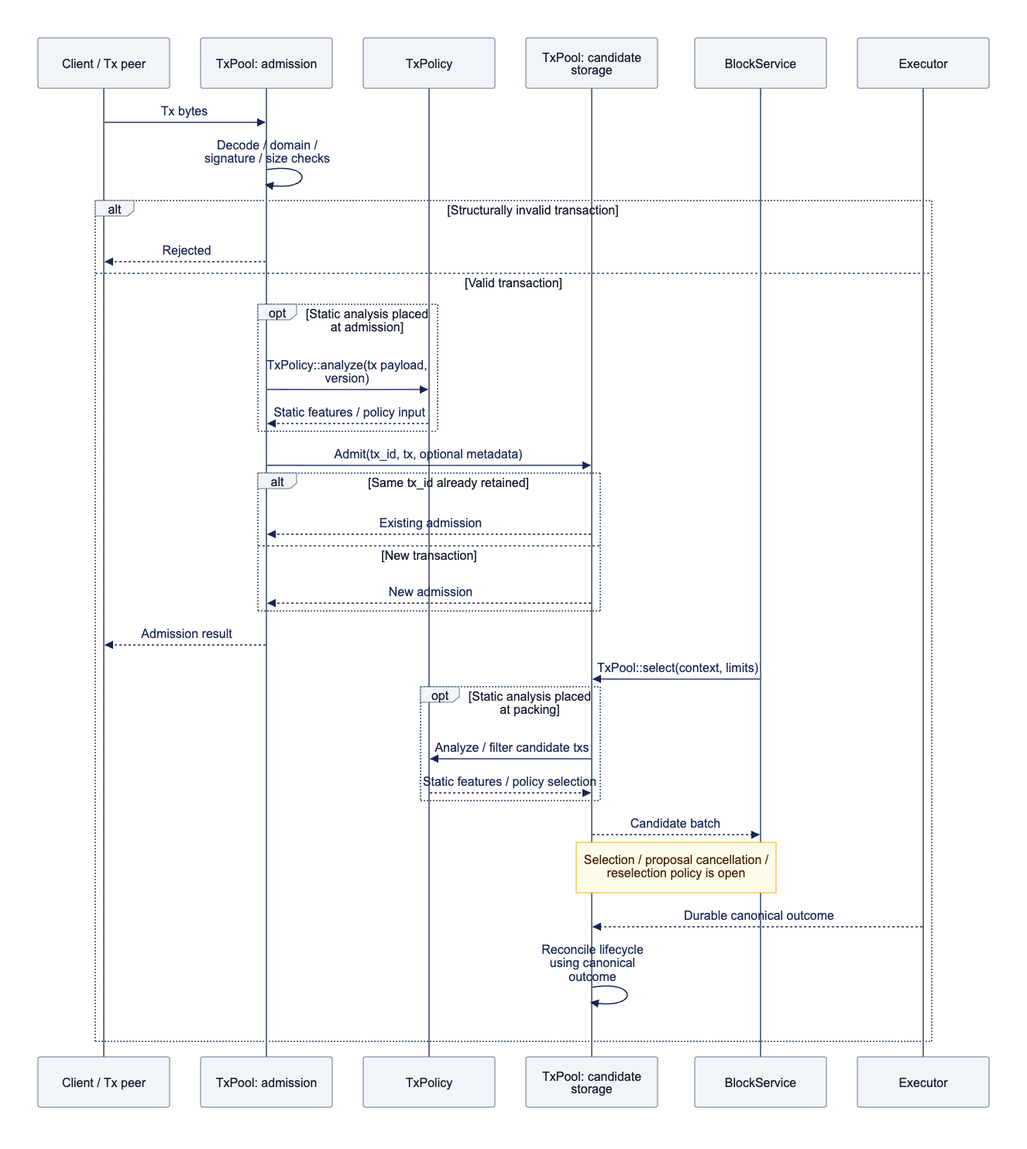
Above: docs/assets/diagrams/diagram-03.png in djm07073/baton-research (Mermaid), before the change. Its source is kept beside it as docs/assets/diagrams/diagram-03.mmd.
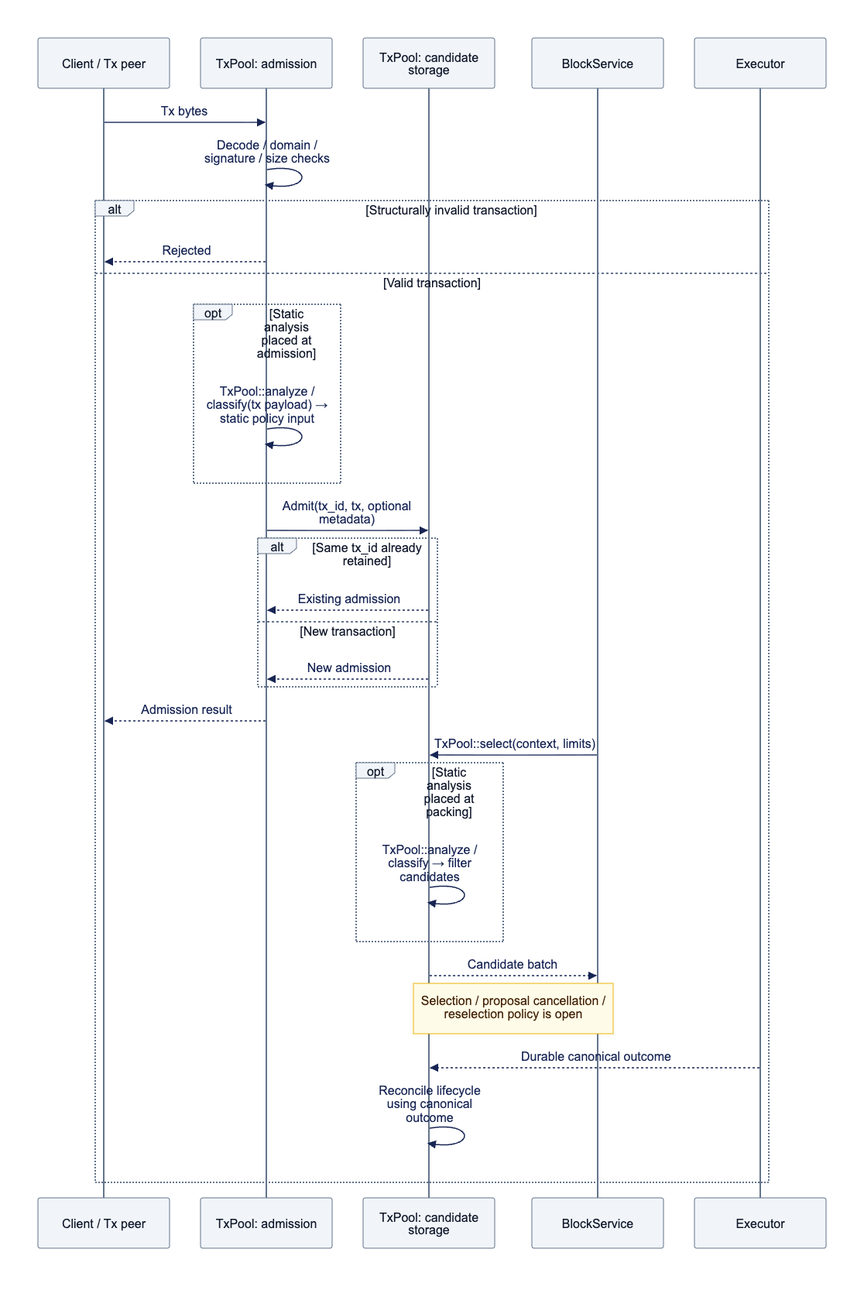
The same diagram one commit later.

What changed in the source:
```diff
@@ -1,7 +1,6 @@
 sequenceDiagram
     participant C as Client / Tx peer
     participant A as TxPool: admission
-    participant S as TxPolicy
     participant P as TxPool: candidate storage
     participant B as BlockService
     participant O as Executor
@@ -11,8 +10,7 @@
         A-->>C: Rejected
     else Valid transaction
         opt Static analysis placed at admission
-            A->>S: TxPolicy::analyze(tx payload, version)
-            S-->>A: Static features / policy input
+            A->>A: TxPool::analyze / classify(tx payload) → static policy input
         end
         A->>P: Admit(tx_id, tx, optional metadata)
         alt Same tx_id already retained
@@ -23,8 +21,7 @@
         A-->>C: Admission result
         B->>P: TxPool::select(context, limits)
         opt Static analysis placed at packing
-            P->>S: Analyze / filter candidate txs
-            S-->>P: Static features / policy selection
+            P->>P: TxPool::analyze / classify → filter candidates
         end
         P-->>B: Candidate batch
         Note over P,B: Selection / proposal cancellation / reselection policy is open
```
